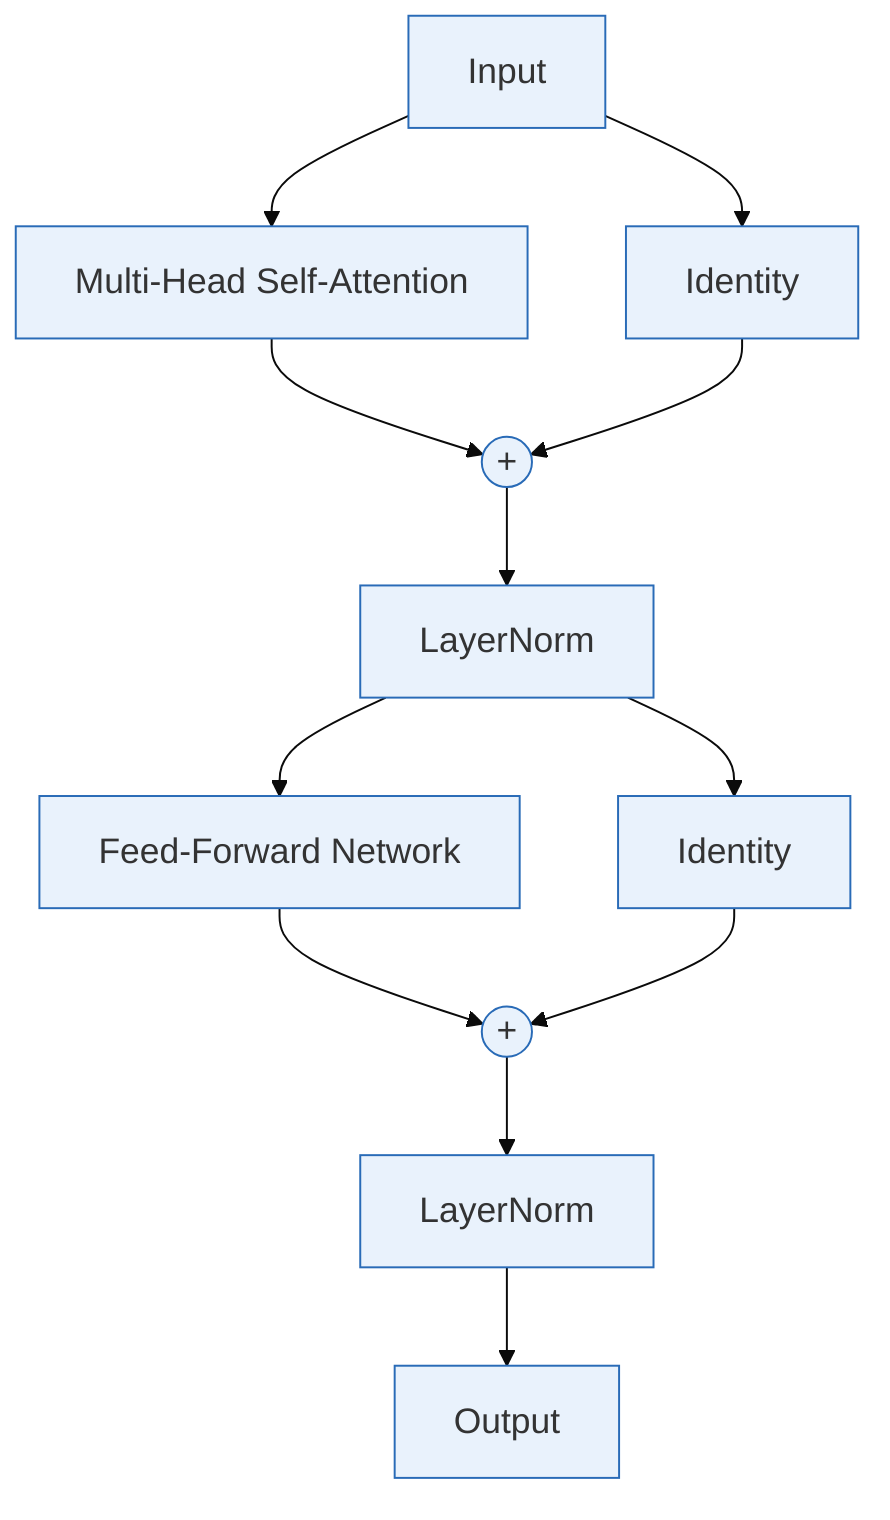
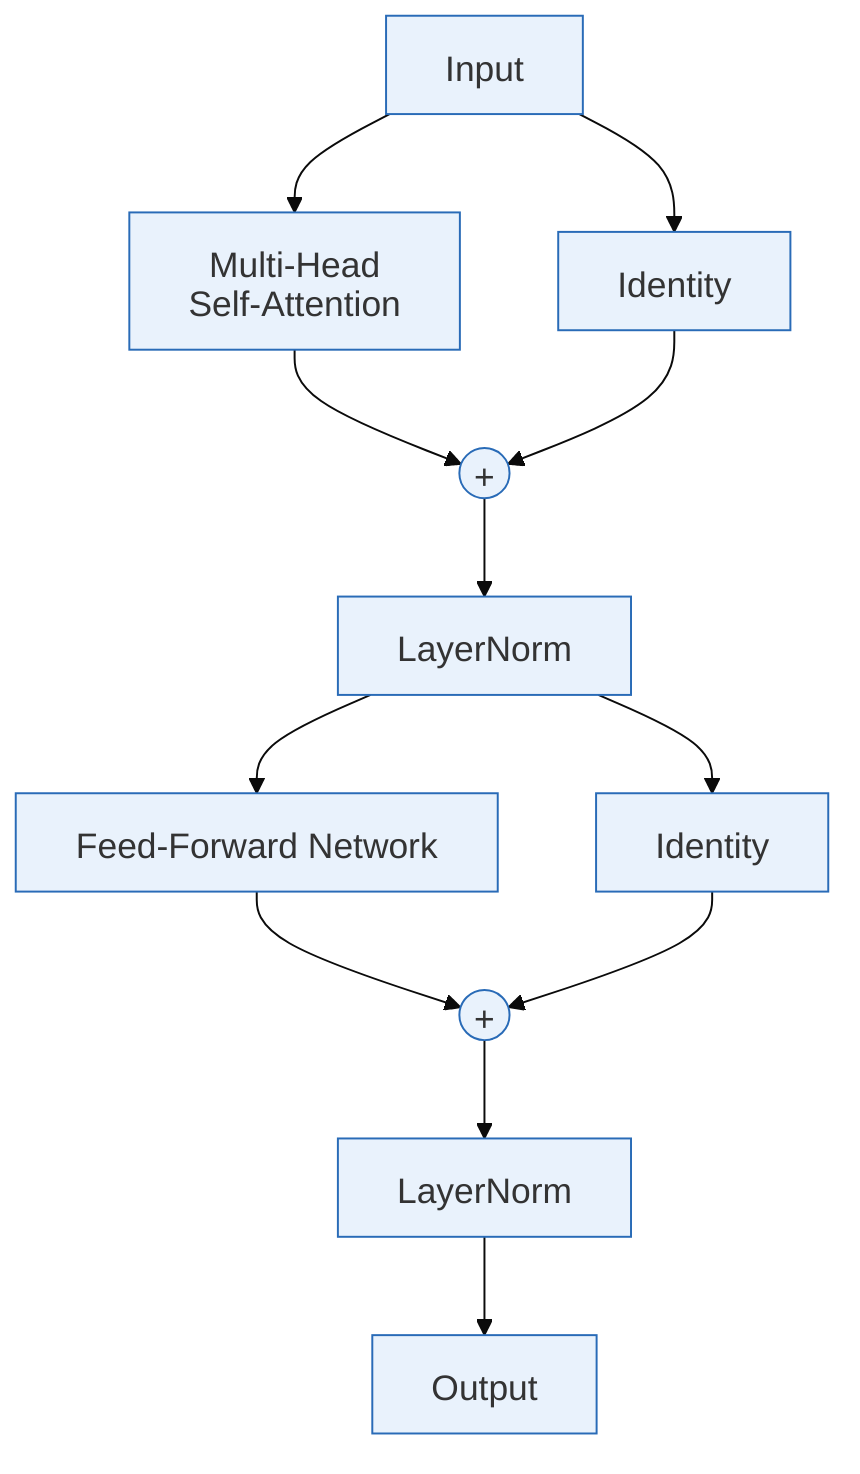
---
config:
  theme: base
+   htmlLabels: false
+   fontFamily: "Arial, Microsoft YaHei, sans-serif"
  themeVariables:
    fontSize: "18px"
    primaryColor: "#e9f2fc"
    primaryBorderColor: "#296bb7"
-     secondaryBorderColor: "#296bb7"
-   flowchart:
-     wrappingWidth: 250
+     primaryTextColor: "#333333"
+     lineColor: "#0b0b0b"
+ 
+   themeCSS: |
+     .node text,
+     .nodeLabel,
+     .label text {
+       font-weight: 400;
+       font-style: normal;
+     }
+     .node rect,
+     .flowchart-link {
+       stroke-width: 1px;
+     }
---

flowchart TD
-   X[Input]
+     X[Input]

-   X --> MHA[Multi-Head Self-Attention]
-   X --> Skip1[Identity]
+     X --> MHA[Multi-Head Self-Attention]
+     X --> Skip1[Identity]

-   MHA --> Add1((+))
-   Skip1 --> Add1
+     MHA --> Add1((+))
+     Skip1 --> Add1

-   Add1 --> LN1[LayerNorm]
+     Add1 --> LN1[LayerNorm]

-   LN1 --> FFN[Feed-Forward Network]
-   LN1 --> Skip2[Identity]
+     LN1 --> FFN[Feed-Forward Network]
+     LN1 --> Skip2[Identity]

-   FFN --> Add2((+))
-   Skip2 --> Add2
+     FFN --> Add2((+))
+     Skip2 --> Add2

-   Add2 --> LN2[LayerNorm]
-   LN2 --> Y[Output]
+     Add2 --> LN2[LayerNorm]
+     LN2 --> Y[Output]
